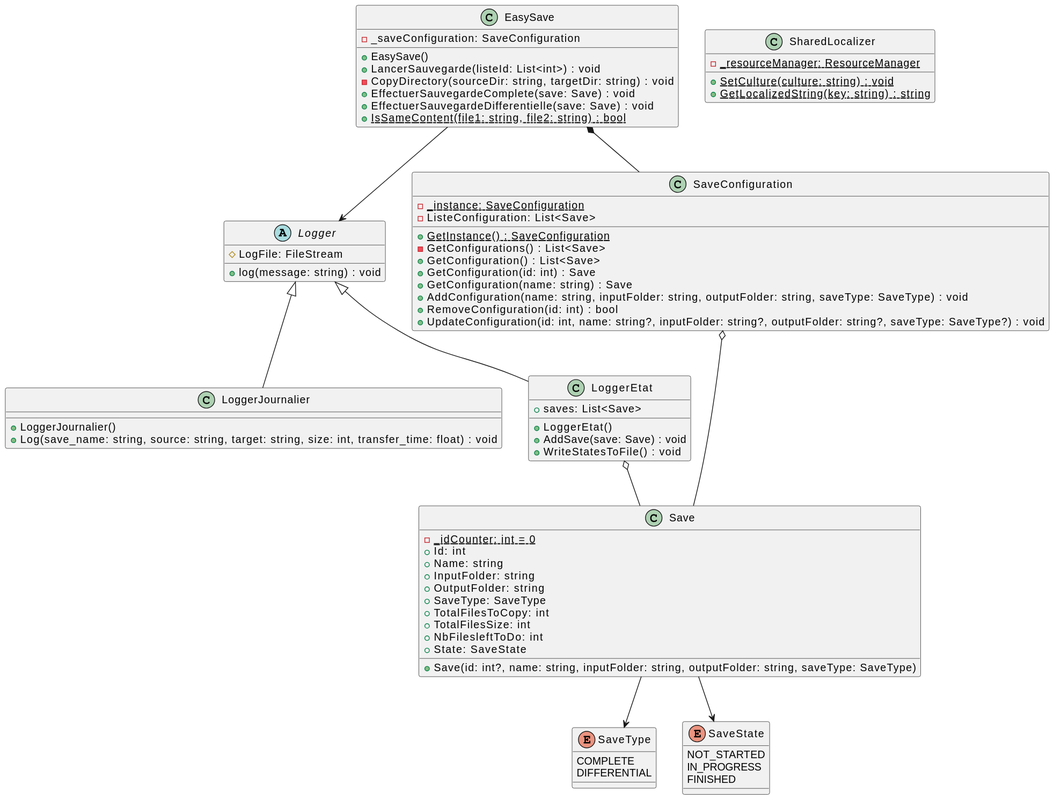
Melvin-Menanteau/EasySave keeps this PlantUML diagram as UML/output/ClassDiagram.svg. Above is the earlier version.
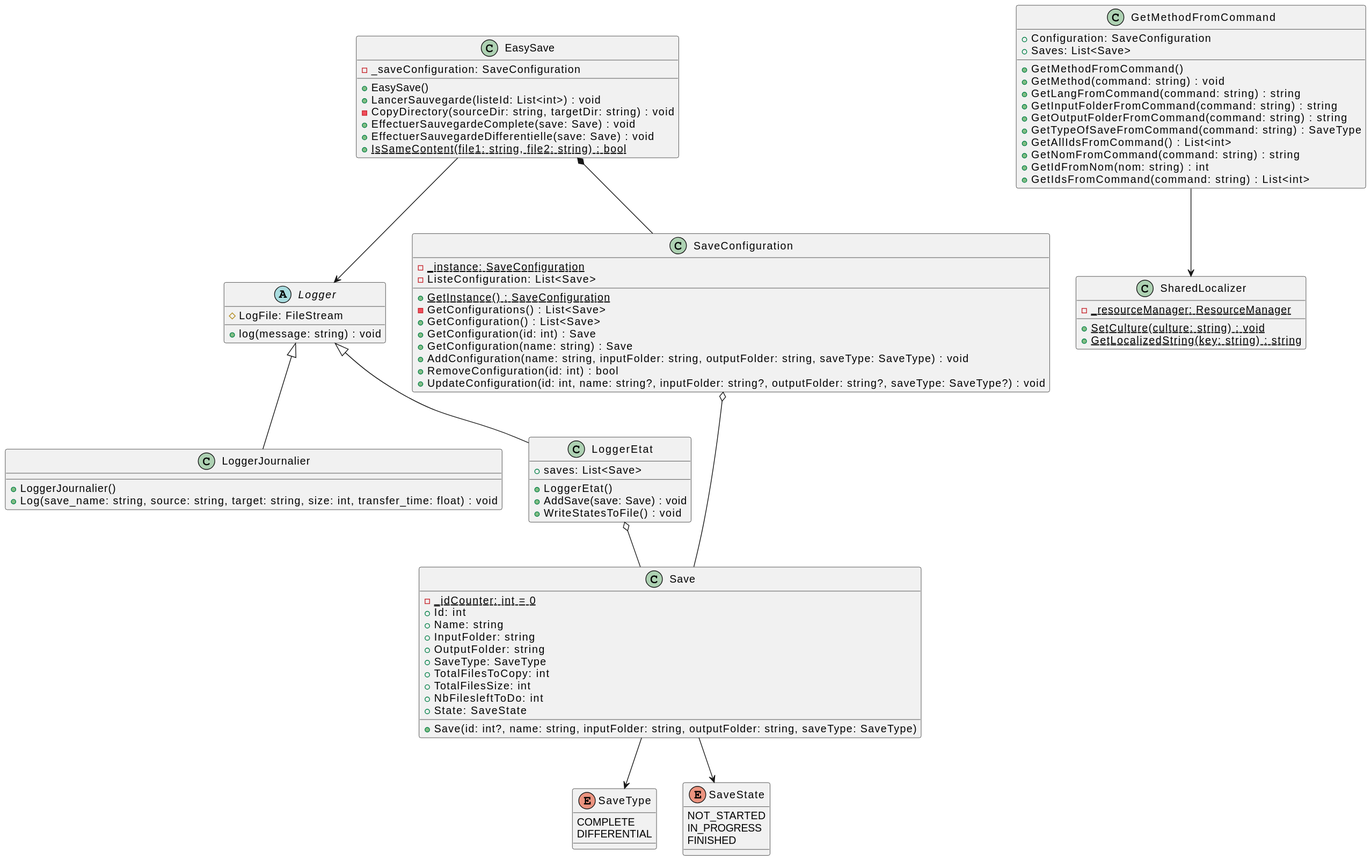
After the commit.

Change to the diagram source:
```diff
@@ -78,4 +78,20 @@
 	{static}+SetCulture(culture: string) : void
 	{static}+GetLocalizedString(key: string) : string
 }
+
+GetMethodFromCommand --> SharedLocalizer
+class GetMethodFromCommand {
+	+Configuration: SaveConfiguration
+	+Saves: List<Save>
+	+GetMethodFromCommand()
+	+GetMethod(command: string) : void
+	+GetLangFromCommand(command: string) : string
+	+GetInputFolderFromCommand(command: string) : string
+	+GetOutputFolderFromCommand(command: string) : string
+	+GetTypeOfSaveFromCommand(command: string) : SaveType
+	+GetAllIdsFromCommand() : List<int>
+	+GetNomFromCommand(command: string) : string
+	+GetIdFromNom(nom: string) : int
+	+GetIdsFromCommand(command: string) : List<int>
+}
 @enduml
```
